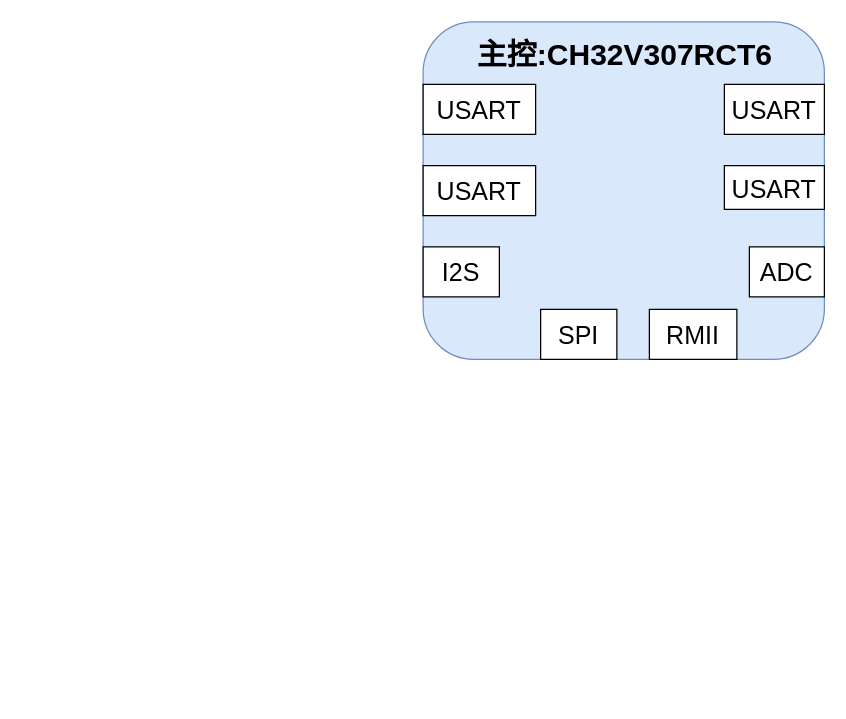
Earlier version of the draw.io diagram 硬件架构图.drawio (zeandon/draw.io). Source tidied: cells renumbered, new cells numbered last; positions are measured from the earlier drawing's top-left corner, leaving out a move shared by most shapes. Both pictures are drawn from the tidied source at 125%, with x=0, y=0 at pixel (422, 21).
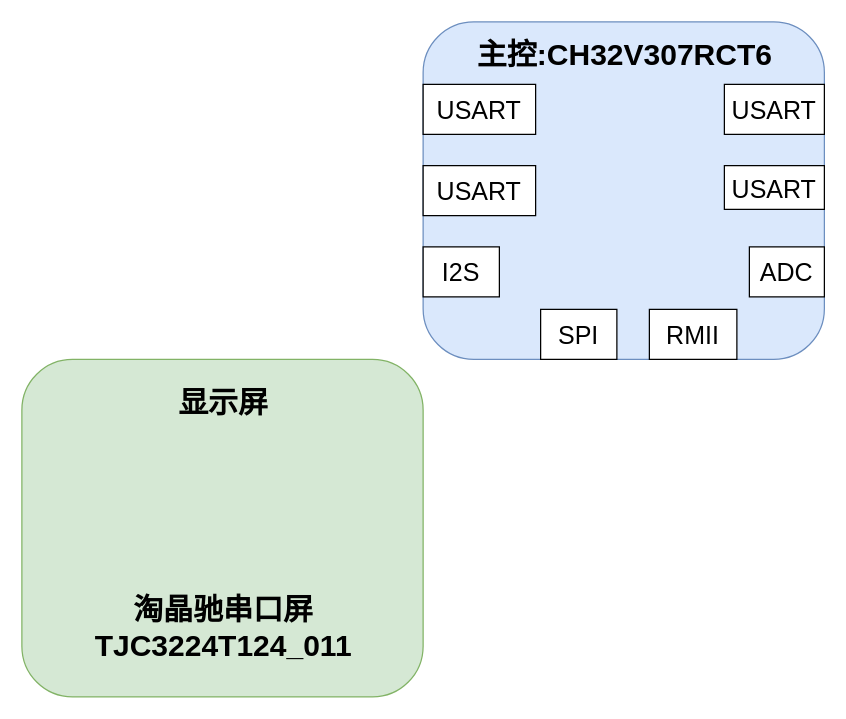
The same diagram, later.

Commit message (it also covers changes not shown here):
更新硬件架构图.drawio

Change to the diagram source:
```diff
@@
 <mxGraphModel>
   <root>
     <mxCell id="0" />
     <mxCell id="1" parent="0" />
     <mxCell id="2" style="rounded=1;whiteSpace=wrap;html=1;fillColor=#dae8fc;strokeColor=#6c8ebf;" parent="1" vertex="1">
       <mxGeometry width="321" height="270" as="geometry" />
     </mxCell>
     <mxCell id="3" value="主控:CH32V307RCT6" style="text;strokeColor=none;fillColor=none;html=1;fontSize=24;fontStyle=1;verticalAlign=middle;align=center;" parent="1" vertex="1">
       <mxGeometry x="28.5" y="7" width="264" height="40" as="geometry" />
     </mxCell>
     <mxCell id="4" value="SPI" style="rounded=0;whiteSpace=wrap;html=1;fontSize=20;" parent="1" vertex="1">
       <mxGeometry x="94" y="230" width="61" height="40" as="geometry" />
     </mxCell>
     <mxCell id="5" value="I2S" style="rounded=0;whiteSpace=wrap;html=1;fontSize=20;" parent="1" vertex="1">
       <mxGeometry y="180" width="61" height="40" as="geometry" />
     </mxCell>
     <mxCell id="6" value="USART" style="rounded=0;whiteSpace=wrap;html=1;fontSize=20;" parent="1" vertex="1">
       <mxGeometry y="50" width="90" height="40" as="geometry" />
     </mxCell>
     <mxCell id="7" value="USART" style="rounded=0;whiteSpace=wrap;html=1;fontSize=20;" parent="1" vertex="1">
       <mxGeometry y="115" width="90" height="40" as="geometry" />
     </mxCell>
     <mxCell id="8" value="USART" style="rounded=0;whiteSpace=wrap;html=1;fontSize=20;" parent="1" vertex="1">
       <mxGeometry x="241" y="115" width="80" height="35" as="geometry" />
     </mxCell>
     <mxCell id="9" value="RMII" style="rounded=0;whiteSpace=wrap;html=1;fontSize=20;" parent="1" vertex="1">
       <mxGeometry x="181" y="230" width="70" height="40" as="geometry" />
     </mxCell>
     <mxCell id="10" value="ADC" style="rounded=0;whiteSpace=wrap;html=1;fontSize=20;" parent="1" vertex="1">
       <mxGeometry x="261" y="180" width="60" height="40" as="geometry" />
     </mxCell>
     <mxCell id="11" value="USART" style="rounded=0;whiteSpace=wrap;html=1;fontSize=20;" parent="1" vertex="1">
       <mxGeometry x="241" y="50" width="80" height="40" as="geometry" />
     </mxCell>
+    <mxCell id="12" style="rounded=1;whiteSpace=wrap;html=1;fillColor=#d5e8d4;strokeColor=#82b366;" parent="1" vertex="1">
+      <mxGeometry x="-321" y="270" width="321" height="270" as="geometry" />
+    </mxCell>
+    <mxCell id="13" value="显示屏" style="text;strokeColor=none;fillColor=none;html=1;fontSize=24;fontStyle=1;verticalAlign=middle;align=center;" parent="1" vertex="1">
+      <mxGeometry x="-292.5" y="285" width="264" height="40" as="geometry" />
+    </mxCell>
+    <mxCell id="14" value="淘晶驰串口屏&lt;br&gt;TJC3224T124_011" style="text;strokeColor=none;fillColor=none;html=1;fontSize=24;fontStyle=1;verticalAlign=middle;align=center;" parent="1" vertex="1">
+      <mxGeometry x="-292.5" y="450" width="264" height="70" as="geometry" />
+    </mxCell>
   </root>
 </mxGraphModel>
```
